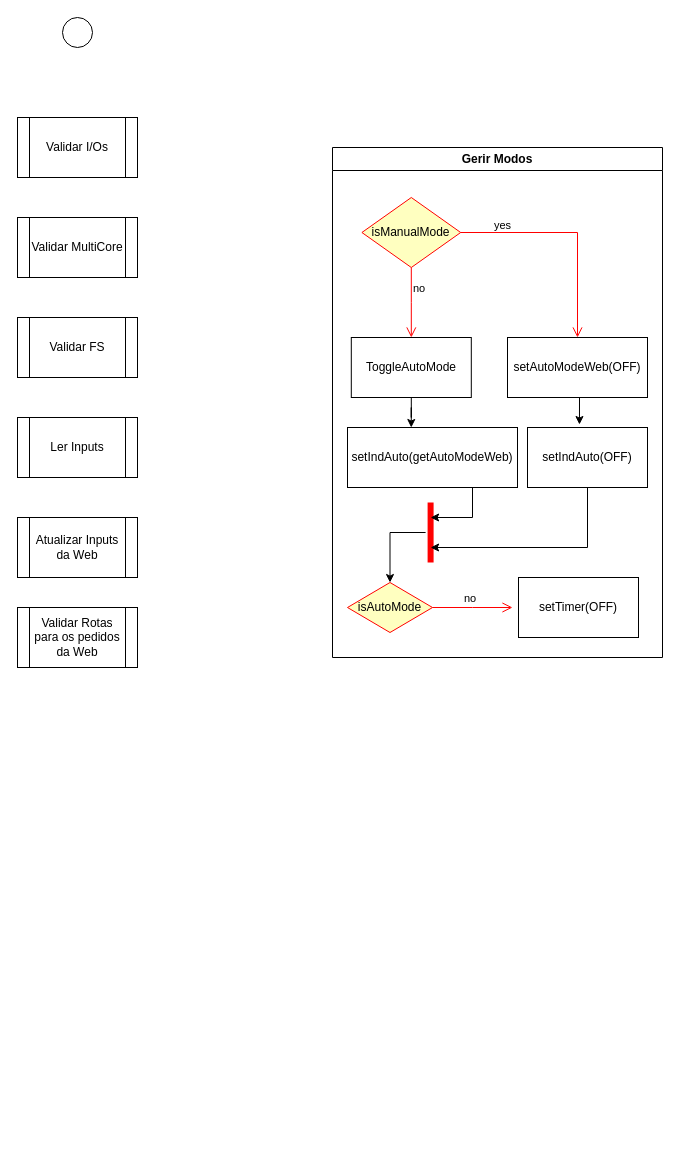
This is Documentation/diagrams/Diagrama atividade ciclo/Diagrama Atividade Ciclo2.drawio from primituga/InteligentDestiller, a draw.io file, before an edit. Source tidied: cells renumbered, new cells numbered last; positions are measured from the earlier drawing's top-left corner, leaving out a move shared by most shapes. Both pictures are drawn from the tidied source at 100%, with x=0, y=0 at pixel (17, 17).
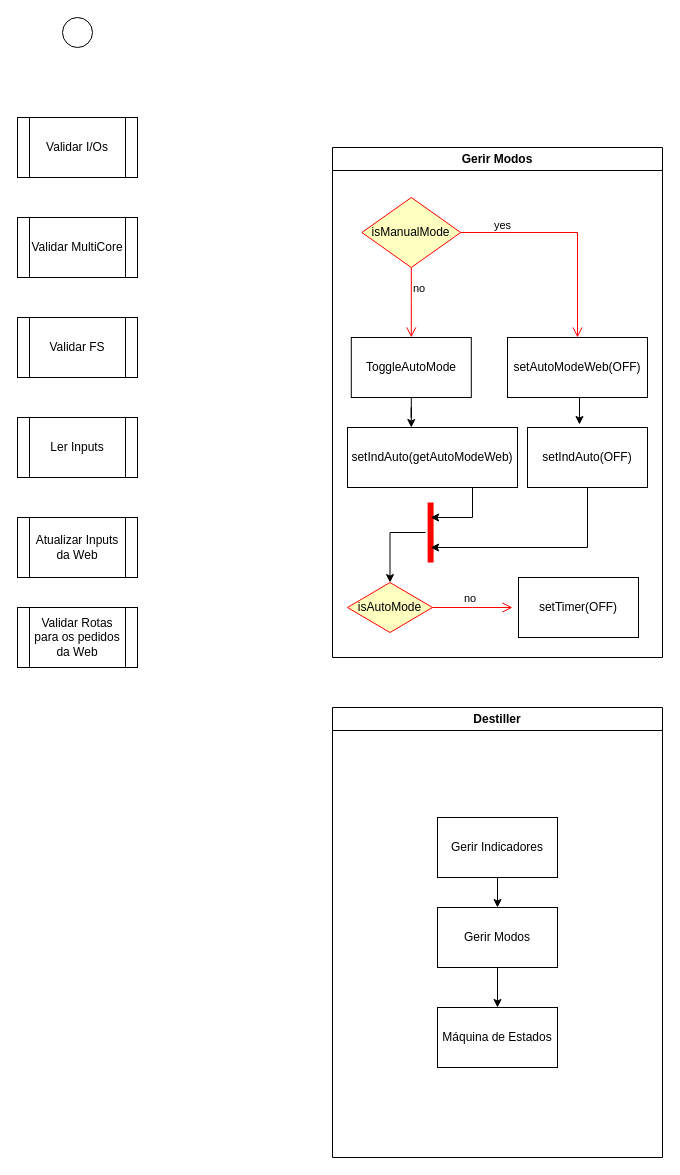
After the change.

The edit, as a diff of the source:
```diff
@@
+    <mxCell id="26" value="Destiller" style="swimlane;whiteSpace=wrap;html=1;" parent="1" vertex="1">
+      <mxGeometry x="315" y="690" width="330" height="450" as="geometry" />
+    </mxCell>
+    <mxCell id="27" style="edgeStyle=orthogonalEdgeStyle;rounded=0;jettySize=auto;html=1;exitX=0.5;exitY=1;exitDx=0;exitDy=0;entryX=0.5;entryY=0;entryDx=0;entryDy=0;" parent="26" edge="1" source="28" target="30">
+      <mxGeometry relative="1" as="geometry" />
+    </mxCell>
+    <mxCell id="28" value="Gerir Indicadores" style="rounded=0;whiteSpace=wrap;html=1;" parent="26" vertex="1">
+      <mxGeometry x="105" y="110" width="120" height="60" as="geometry" />
+    </mxCell>
+    <mxCell id="29" style="edgeStyle=orthogonalEdgeStyle;rounded=0;jettySize=auto;html=1;exitX=0.5;exitY=1;exitDx=0;exitDy=0;entryX=0.5;entryY=0;entryDx=0;entryDy=0;" parent="26" edge="1" source="30" target="31">
+      <mxGeometry relative="1" as="geometry" />
+    </mxCell>
+    <mxCell id="30" value="Gerir Modos" style="rounded=0;whiteSpace=wrap;html=1;" parent="26" vertex="1">
+      <mxGeometry x="105" y="200" width="120" height="60" as="geometry" />
+    </mxCell>
+    <mxCell id="31" value="Máquina de Estados" style="rounded=0;whiteSpace=wrap;html=1;" parent="26" vertex="1">
+      <mxGeometry x="105" y="300" width="120" height="60" as="geometry" />
+    </mxCell>
```
